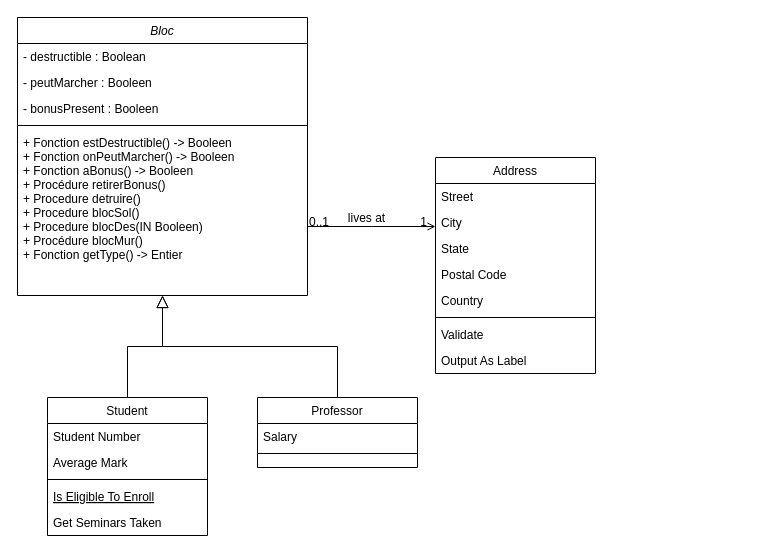
This is Untitled Diagram.drawio from rayylb/rrjboom, a draw.io file, before an edit. Source tidied: cells renumbered, new cells numbered last; positions are measured from the earlier drawing's top-left corner, leaving out a move shared by most shapes. Both pictures are drawn from the tidied source at 100%, with x=0, y=0 at pixel (17, 17).
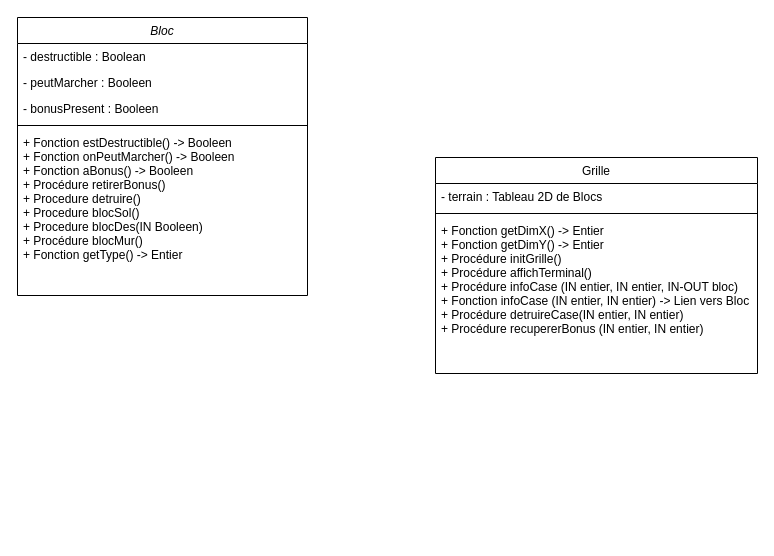
The same page after the edit.

The change refers to these unchanged cells:
```xml
<mxCell id="2" value="Bloc" style="swimlane;fontStyle=2;align=center;verticalAlign=top;horizontal=1;startSize=26;rounded=0;shadow=0;strokeWidth=1;" parent="1" vertex="1">
  <mxGeometry width="290" height="278" as="geometry" />
</mxCell>
```

Diff of the diagram source:
```diff
@@
-    <mxCell id="8" value="Student" style="swimlane;fontStyle=0;align=center;verticalAlign=top;horizontal=1;startSize=26;rounded=0;shadow=0;strokeWidth=1;" parent="1" vertex="1">
-      <mxGeometry x="30" y="380" width="160" height="138" as="geometry" />
-    </mxCell>
-    <mxCell id="9" value="Student Number" style="text;align=left;verticalAlign=top;spacingLeft=4;spacingRight=4;overflow=hidden;" parent="8" vertex="1">
-      <mxGeometry y="26" width="160" height="26" as="geometry" />
-    </mxCell>
-    <mxCell id="10" value="Average Mark" style="text;align=left;verticalAlign=top;spacingLeft=4;spacingRight=4;overflow=hidden;rounded=0;shadow=0;html=0;" parent="8" vertex="1">
-      <mxGeometry y="52" width="160" height="26" as="geometry" />
-    </mxCell>
-    <mxCell id="11" style="line;html=1;strokeWidth=1;align=left;verticalAlign=middle;spacingTop=-1;spacingLeft=3;spacingRight=3;labelPosition=right;" parent="8" vertex="1">
-      <mxGeometry y="78" width="160" height="8" as="geometry" />
-    </mxCell>
-    <mxCell id="12" value="Is Eligible To Enroll" style="text;align=left;verticalAlign=top;spacingLeft=4;spacingRight=4;overflow=hidden;fontStyle=4;" parent="8" vertex="1">
-      <mxGeometry y="86" width="160" height="26" as="geometry" />
-    </mxCell>
-    <mxCell id="13" value="Get Seminars Taken" style="text;align=left;verticalAlign=top;spacingLeft=4;spacingRight=4;overflow=hidden;" parent="8" vertex="1">
-      <mxGeometry y="112" width="160" height="26" as="geometry" />
-    </mxCell>
-    <mxCell id="14" style="endArrow=block;endSize=10;endFill=0;shadow=0;strokeWidth=1;rounded=0;curved=0;edgeStyle=elbowEdgeStyle;elbow=vertical;" parent="1" edge="1" source="8" target="2">
-      <mxGeometry relative="1" as="geometry" />
-    </mxCell>
-    <mxCell id="15" value="Professor" style="swimlane;fontStyle=0;align=center;verticalAlign=top;horizontal=1;startSize=26;rounded=0;shadow=0;strokeWidth=1;" parent="1" vertex="1">
-      <mxGeometry x="240" y="380" width="160" height="70" as="geometry" />
-    </mxCell>
-    <mxCell id="16" value="Salary" style="text;align=left;verticalAlign=top;spacingLeft=4;spacingRight=4;overflow=hidden;" parent="15" vertex="1">
-      <mxGeometry y="26" width="160" height="26" as="geometry" />
-    </mxCell>
-    <mxCell id="17" style="line;html=1;strokeWidth=1;align=left;verticalAlign=middle;spacingTop=-1;spacingLeft=3;spacingRight=3;labelPosition=right;" parent="15" vertex="1">
-      <mxGeometry y="52" width="160" height="8" as="geometry" />
-    </mxCell>
-    <mxCell id="18" style="endArrow=block;endSize=10;endFill=0;shadow=0;strokeWidth=1;rounded=0;curved=0;edgeStyle=elbowEdgeStyle;elbow=vertical;" parent="1" edge="1" source="15" target="2">
-      <mxGeometry relative="1" as="geometry" />
-    </mxCell>
-    <mxCell id="19" value="Address" style="swimlane;fontStyle=0;align=center;verticalAlign=top;horizontal=1;startSize=26;rounded=0;shadow=0;strokeWidth=1;" parent="1" vertex="1">
-      <mxGeometry x="418" y="140" width="160" height="216" as="geometry" />
+    <mxCell id="19" value="Grille" style="swimlane;fontStyle=0;align=center;verticalAlign=top;horizontal=1;startSize=26;rounded=0;shadow=0;strokeWidth=1;" parent="1" vertex="1">
+      <mxGeometry x="418" y="140" width="322" height="216" as="geometry" />
     </mxCell>
-    <mxCell id="20" value="Street" style="text;align=left;verticalAlign=top;spacingLeft=4;spacingRight=4;overflow=hidden;" parent="19" vertex="1">
-      <mxGeometry y="26" width="160" height="26" as="geometry" />
+    <mxCell id="20" value="- terrain : Tableau 2D de Blocs" style="text;align=left;verticalAlign=top;spacingLeft=4;spacingRight=4;overflow=hidden;" parent="19" vertex="1">
+      <mxGeometry y="26" width="322" height="26" as="geometry" />
     </mxCell>
-    <mxCell id="21" value="City" style="text;align=left;verticalAlign=top;spacingLeft=4;spacingRight=4;overflow=hidden;rounded=0;shadow=0;html=0;" parent="19" vertex="1">
-      <mxGeometry y="52" width="160" height="26" as="geometry" />
-    </mxCell>
-    <mxCell id="22" value="State" style="text;align=left;verticalAlign=top;spacingLeft=4;spacingRight=4;overflow=hidden;rounded=0;shadow=0;html=0;" parent="19" vertex="1">
-      <mxGeometry y="78" width="160" height="26" as="geometry" />
-    </mxCell>
-    <mxCell id="23" value="Postal Code" style="text;align=left;verticalAlign=top;spacingLeft=4;spacingRight=4;overflow=hidden;rounded=0;shadow=0;html=0;" parent="19" vertex="1">
-      <mxGeometry y="104" width="160" height="26" as="geometry" />
-    </mxCell>
-    <mxCell id="24" value="Country" style="text;align=left;verticalAlign=top;spacingLeft=4;spacingRight=4;overflow=hidden;rounded=0;shadow=0;html=0;" parent="19" vertex="1">
-      <mxGeometry y="130" width="160" height="26" as="geometry" />
-    </mxCell>
     <mxCell id="25" style="line;html=1;strokeWidth=1;align=left;verticalAlign=middle;spacingTop=-1;spacingLeft=3;spacingRight=3;labelPosition=right;" parent="19" vertex="1">
-      <mxGeometry y="156" width="160" height="8" as="geometry" />
+      <mxGeometry y="52" width="322" height="8" as="geometry" />
     </mxCell>
-    <mxCell id="26" value="Validate" style="text;align=left;verticalAlign=top;spacingLeft=4;spacingRight=4;overflow=hidden;" parent="19" vertex="1">
-      <mxGeometry y="164" width="160" height="26" as="geometry" />
-    </mxCell>
-    <mxCell id="27" value="Output As Label" style="text;align=left;verticalAlign=top;spacingLeft=4;spacingRight=4;overflow=hidden;" parent="19" vertex="1">
-      <mxGeometry y="190" width="160" height="26" as="geometry" />
+    <mxCell id="27" value="+ Fonction getDimX() -&gt; Entier&#10;+ Fonction getDimY() -&gt; Entier&#10;+ Procédure initGrille()&#10;+ Procédure affichTerminal()&#10;+ Procédure infoCase (IN entier, IN entier, IN-OUT bloc)&#10;+ Fonction infoCase (IN entier, IN entier) -&gt; Lien vers Bloc&#10;+ Procédure detruireCase(IN entier, IN entier)&#10;+ Procédure recupererBonus (IN entier, IN entier)&#10;&#10;&#10;" style="text;align=left;verticalAlign=top;spacingLeft=4;spacingRight=4;overflow=hidden;" parent="19" vertex="1">
+      <mxGeometry y="60" width="322" height="130" as="geometry" />
     </mxCell>
-    <mxCell id="28" style="endArrow=open;shadow=0;strokeWidth=1;rounded=0;curved=0;endFill=1;edgeStyle=elbowEdgeStyle;elbow=vertical;" parent="1" edge="1" source="2" target="19">
-      <mxGeometry x="0.5" y="41" relative="1" as="geometry">
-        <mxPoint x="-40" y="32" as="offset" />
-      </mxGeometry>
-    </mxCell>
-    <mxCell id="29" value="0..1" style="align=left;verticalAlign=bottom;labelBackgroundColor=none;fontSize=12;" parent="28" vertex="1">
-      <mxGeometry x="-1" relative="1" as="geometry">
-        <mxPoint y="4" as="offset" />
-      </mxGeometry>
-    </mxCell>
-    <mxCell id="30" value="1" style="align=right;verticalAlign=bottom;labelBackgroundColor=none;fontSize=12;" parent="28" vertex="1">
-      <mxGeometry x="1" relative="1" as="geometry">
-        <mxPoint x="-7" y="4" as="offset" />
-      </mxGeometry>
-    </mxCell>
-    <mxCell id="31" value="lives at" style="text;html=1;align=center;verticalAlign=middle;labelBackgroundColor=none;rounded=0;shadow=0;strokeWidth=1;fontSize=12;" parent="28" vertex="1">
-      <mxGeometry x="0.5" y="49" relative="1" as="geometry">
-        <mxPoint x="-38" y="40" as="offset" />
-      </mxGeometry>
-    </mxCell>
```
